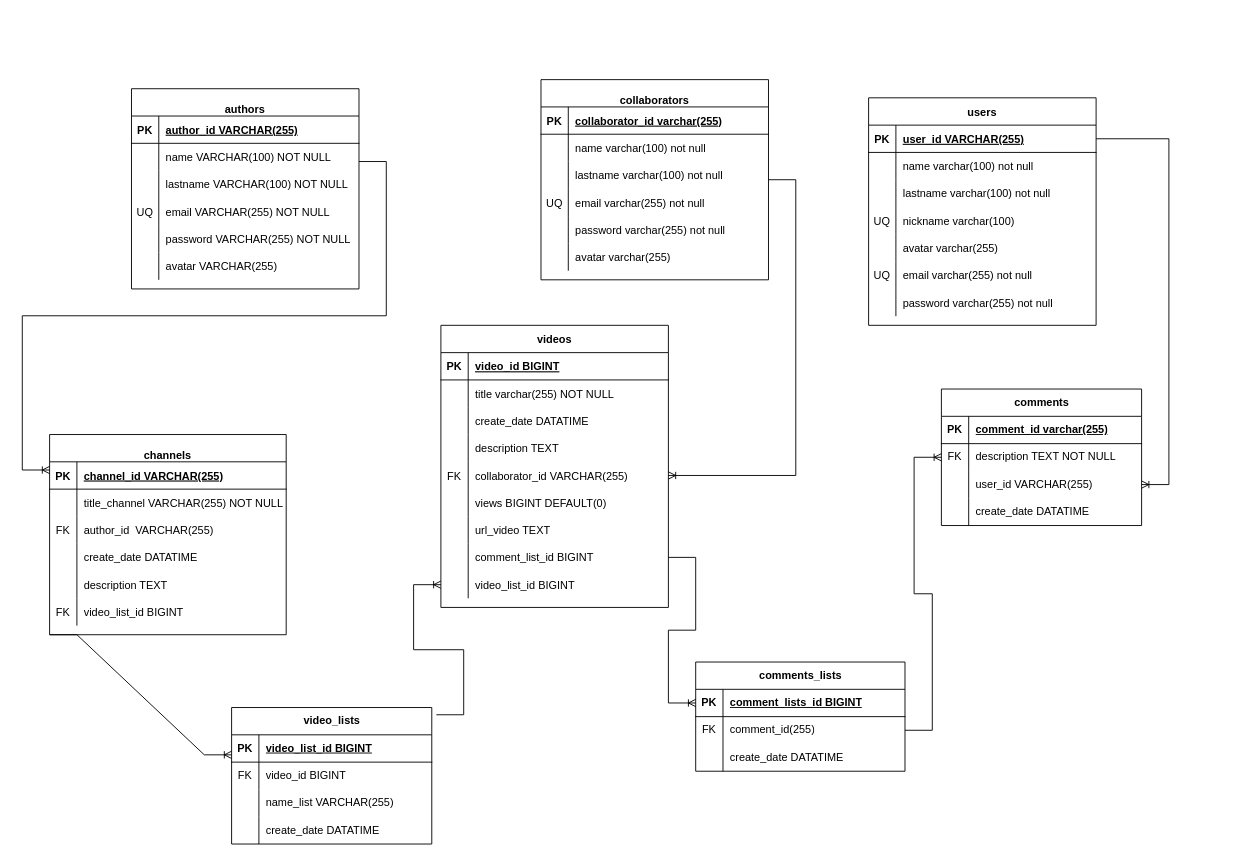
jeisonwverar/prueba-tecnica-bemaster keeps this draw.io diagram as 4-Modelado-bases-de-datos/E-R-DESIGN-SYSTEM-VIDEO.drawio. Above is the earlier version. Source tidied: cells renumbered, new cells numbered last; positions are measured from the earlier drawing's top-left corner, leaving out a move shared by most shapes. Both pictures are drawn from the tidied source at 91%, with x=0, y=0 at pixel (-450, 79).
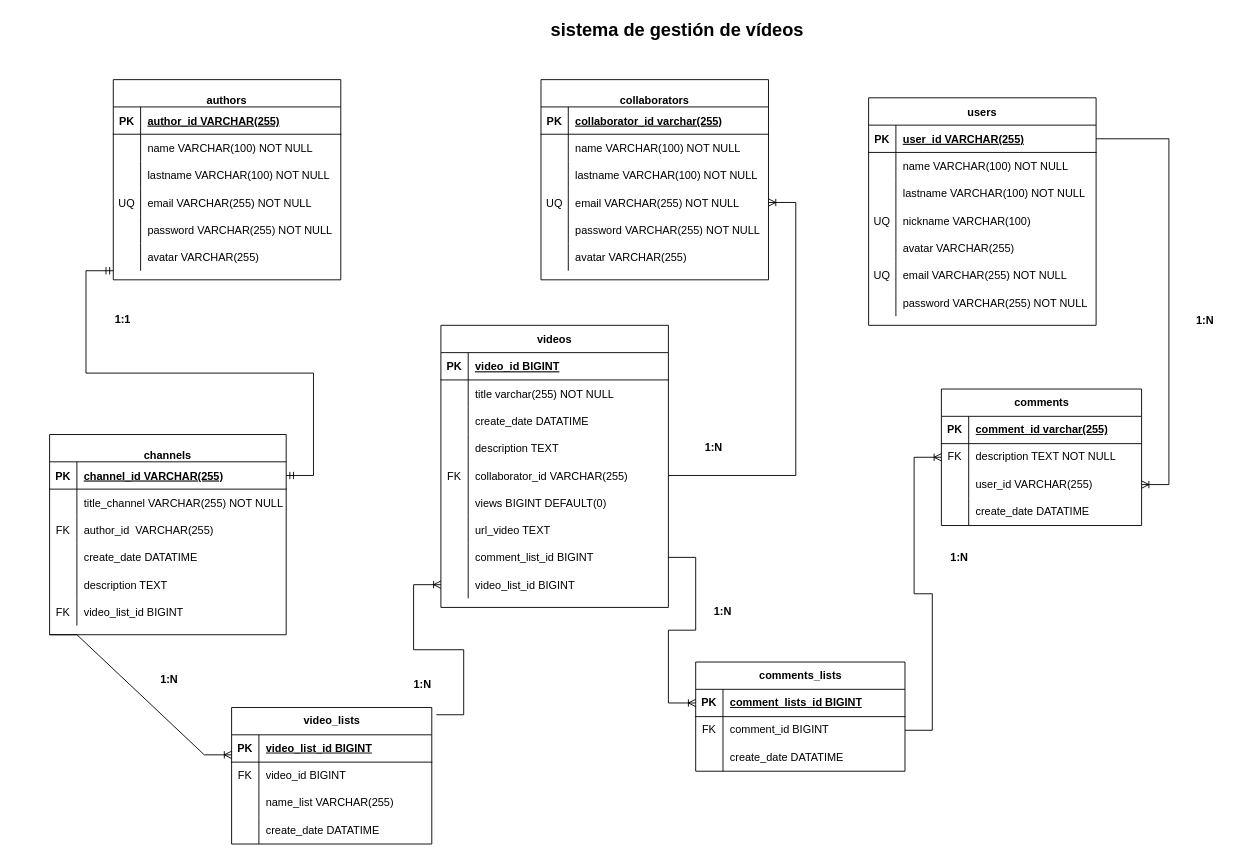
Above is the later version.

The change refers to these unchanged cells:
```xml
<mxCell id="6" style="shape=partialRectangle;fillColor=none;top=0;left=0;right=0;bottom=0;" parent="2" vertex="1">
  <mxGeometry y="60" width="250" height="30" as="geometry" />
</mxCell>
<mxCell id="9" style="shape=partialRectangle;fillColor=none;top=0;left=0;right=0;bottom=0;" parent="2" vertex="1">
  <mxGeometry y="90" width="250" height="30" as="geometry" />
</mxCell>
<mxCell id="12" style="shape=partialRectangle;fillColor=none;top=0;left=0;right=0;bottom=0;" parent="2" vertex="1">
  <mxGeometry y="120" width="250" height="30" as="geometry" />
</mxCell>
<mxCell id="15" style="shape=partialRectangle;fillColor=none;top=0;left=0;right=0;bottom=0;" parent="2" vertex="1">
  <mxGeometry y="150" width="250" height="30" as="geometry" />
</mxCell>
<mxCell id="18" style="shape=partialRectangle;fillColor=none;top=0;left=0;right=0;bottom=0;" parent="2" vertex="1">
  <mxGeometry y="180" width="250" height="30" as="geometry" />
</mxCell>
<mxCell id="21" style="shape=partialRectangle;fillColor=none;top=0;left=0;right=0;bottom=0;" parent="2" vertex="1">
  <mxGeometry y="210" width="250" height="30" as="geometry" />
</mxCell>
<mxCell id="43" value="&#10;collaborators" style="shape=table;startSize=30;childLayout=tableLayout;rowLines=0;fontStyle=1;align=center;" parent="1" vertex="1">
  <mxGeometry x="1089" width="250" height="220" as="geometry" />
</mxCell>
<mxCell id="47" style="shape=partialRectangle;fillColor=none;top=0;left=0;right=0;bottom=0;" parent="43" vertex="1">
  <mxGeometry y="60" width="250" height="30" as="geometry" />
</mxCell>
<mxCell id="50" style="shape=partialRectangle;fillColor=none;top=0;left=0;right=0;bottom=0;" parent="43" vertex="1">
  <mxGeometry y="90" width="250" height="30" as="geometry" />
</mxCell>
<mxCell id="53" style="shape=partialRectangle;fillColor=none;points=[[0,0.5],[1,0.5]];portConstraint=eastwest;top=0;left=0;right=0;bottom=0;" parent="43" vertex="1">
  <mxGeometry y="120" width="250" height="30" as="geometry" />
</mxCell>
<mxCell id="56" style="shape=partialRectangle;fillColor=none;top=0;left=0;right=0;bottom=0;" parent="43" vertex="1">
  <mxGeometry y="150" width="250" height="30" as="geometry" />
</mxCell>
<mxCell id="59" style="shape=partialRectangle;fillColor=none;top=0;left=0;right=0;bottom=0;" parent="43" vertex="1">
  <mxGeometry y="180" width="250" height="30" as="geometry" />
</mxCell>
<mxCell id="63" style="shape=partialRectangle;fillColor=none;points=[[0,0.5],[1,0.5]];portConstraint=eastwest;top=0;left=0;right=0;bottom=1;" parent="62" vertex="1">
  <mxGeometry y="30" width="260" height="30" as="geometry" />
</mxCell>
<mxCell id="94" style="shape=partialRectangle;fillColor=none;points=[[0,0.5],[1,0.5]];portConstraint=eastwest;top=0;left=0;right=0;bottom=0;" parent="81" vertex="1">
  <mxGeometry y="150" width="250" height="30" as="geometry" />
</mxCell>
<mxCell id="139" style="shape=tableRow;horizontal=0;startSize=0;swimlaneHead=0;swimlaneBody=0;fillColor=none;points=[[0,0.5],[1,0.5]];portConstraint=eastwest;top=0;left=0;right=0;bottom=0;" parent="135" vertex="1">
  <mxGeometry y="60" width="230" height="30" as="geometry" />
</mxCell>
```

The edit, as a diff of the source:
```diff
@@
-    <mxCell id="8" value="name varchar(100) not null" style="shape=partialRectangle;overflow=hidden;fillColor=none;top=0;left=0;bottom=0;right=0;align=left;spacingLeft=6;" parent="6" vertex="1">
+    <mxCell id="8" value="name VARCHAR(100) NOT NULL" style="shape=partialRectangle;overflow=hidden;fillColor=none;top=0;left=0;bottom=0;right=0;align=left;spacingLeft=6;" parent="6" vertex="1">
       <mxGeometry x="30" width="220" height="30" as="geometry" />
     </mxCell>
@@
-    <mxCell id="11" value="lastname varchar(100) not null" style="shape=partialRectangle;overflow=hidden;fillColor=none;top=0;left=0;bottom=0;right=0;align=left;spacingLeft=6;" parent="9" vertex="1">
+    <mxCell id="11" value="lastname VARCHAR(100) NOT NULL" style="shape=partialRectangle;overflow=hidden;fillColor=none;top=0;left=0;bottom=0;right=0;align=left;spacingLeft=6;" parent="9" vertex="1">
       <mxGeometry x="30" width="220" height="30" as="geometry" />
     </mxCell>
@@
-    <mxCell id="14" value="nickname varchar(100) " style="shape=partialRectangle;overflow=hidden;fillColor=none;top=0;left=0;bottom=0;right=0;align=left;spacingLeft=6;" parent="12" vertex="1">
+    <mxCell id="14" value="nickname VARCHAR(100) " style="shape=partialRectangle;overflow=hidden;fillColor=none;top=0;left=0;bottom=0;right=0;align=left;spacingLeft=6;" parent="12" vertex="1">
       <mxGeometry x="30" width="220" height="30" as="geometry" />
     </mxCell>
@@
-    <mxCell id="17" value="avatar varchar(255) " style="shape=partialRectangle;overflow=hidden;fillColor=none;top=0;left=0;bottom=0;right=0;align=left;spacingLeft=6;" parent="15" vertex="1">
+    <mxCell id="17" value="avatar VARCHAR(255) " style="shape=partialRectangle;overflow=hidden;fillColor=none;top=0;left=0;bottom=0;right=0;align=left;spacingLeft=6;" parent="15" vertex="1">
       <mxGeometry x="30" width="220" height="30" as="geometry" />
     </mxCell>
@@
-    <mxCell id="20" value="email varchar(255) not null" style="shape=partialRectangle;overflow=hidden;fillColor=none;top=0;left=0;bottom=0;right=0;align=left;spacingLeft=6;" parent="18" vertex="1">
+    <mxCell id="20" value="email VARCHAR(255) NOT NULL" style="shape=partialRectangle;overflow=hidden;fillColor=none;top=0;left=0;bottom=0;right=0;align=left;spacingLeft=6;" parent="18" vertex="1">
       <mxGeometry x="30" width="220" height="30" as="geometry" />
     </mxCell>
@@
-    <mxCell id="23" value="password varchar(255) not null" style="shape=partialRectangle;overflow=hidden;fillColor=none;top=0;left=0;bottom=0;right=0;align=left;spacingLeft=6;" parent="21" vertex="1">
+    <mxCell id="23" value="password VARCHAR(255) NOT NULL" style="shape=partialRectangle;overflow=hidden;fillColor=none;top=0;left=0;bottom=0;right=0;align=left;spacingLeft=6;" parent="21" vertex="1">
       <mxGeometry x="30" width="220" height="30" as="geometry" />
     </mxCell>
     <mxCell id="24" value="&#10;authors" style="shape=table;startSize=30;childLayout=tableLayout;rowLines=0;fontStyle=1;align=center;" parent="1" vertex="1">
-      <mxGeometry x="639" y="10" width="250" height="220" as="geometry" />
+      <mxGeometry x="619" width="250" height="220" as="geometry" />
     </mxCell>
@@
-    <mxCell id="49" value="name varchar(100) not null" style="shape=partialRectangle;overflow=hidden;fillColor=none;top=0;left=0;bottom=0;right=0;align=left;spacingLeft=6;" parent="47" vertex="1">
+    <mxCell id="49" value="name VARCHAR(100) NOT NULL" style="shape=partialRectangle;overflow=hidden;fillColor=none;top=0;left=0;bottom=0;right=0;align=left;spacingLeft=6;" parent="47" vertex="1">
       <mxGeometry x="30" width="220" height="30" as="geometry" />
     </mxCell>
@@
-    <mxCell id="52" value="lastname varchar(100) not null" style="shape=partialRectangle;overflow=hidden;fillColor=none;top=0;left=0;bottom=0;right=0;align=left;spacingLeft=6;" parent="50" vertex="1">
+    <mxCell id="52" value="lastname VARCHAR(100) NOT NULL" style="shape=partialRectangle;overflow=hidden;fillColor=none;top=0;left=0;bottom=0;right=0;align=left;spacingLeft=6;" parent="50" vertex="1">
       <mxGeometry x="30" width="220" height="30" as="geometry" />
     </mxCell>
@@
-    <mxCell id="55" value="email varchar(255) not null" style="shape=partialRectangle;overflow=hidden;fillColor=none;top=0;left=0;bottom=0;right=0;align=left;spacingLeft=6;" parent="53" vertex="1">
+    <mxCell id="55" value="email VARCHAR(255) NOT NULL" style="shape=partialRectangle;overflow=hidden;fillColor=none;top=0;left=0;bottom=0;right=0;align=left;spacingLeft=6;" parent="53" vertex="1">
       <mxGeometry x="30" width="220" height="30" as="geometry" />
     </mxCell>
@@
-    <mxCell id="58" value="password varchar(255) not null" style="shape=partialRectangle;overflow=hidden;fillColor=none;top=0;left=0;bottom=0;right=0;align=left;spacingLeft=6;" parent="56" vertex="1">
+    <mxCell id="58" value="password VARCHAR(255) NOT NULL" style="shape=partialRectangle;overflow=hidden;fillColor=none;top=0;left=0;bottom=0;right=0;align=left;spacingLeft=6;" parent="56" vertex="1">
       <mxGeometry x="30" width="220" height="30" as="geometry" />
     </mxCell>
@@
-    <mxCell id="61" value="avatar varchar(255) " style="shape=partialRectangle;overflow=hidden;fillColor=none;top=0;left=0;bottom=0;right=0;align=left;spacingLeft=6;" parent="59" vertex="1">
+    <mxCell id="61" value="avatar VARCHAR(255) " style="shape=partialRectangle;overflow=hidden;fillColor=none;top=0;left=0;bottom=0;right=0;align=left;spacingLeft=6;" parent="59" vertex="1">
       <mxGeometry x="30" width="220" height="30" as="geometry" />
     </mxCell>
@@
-    <mxCell id="141" value="comment_id(255)" style="shape=partialRectangle;fillColor=none;top=0;left=0;bottom=0;right=0;align=left;spacingLeft=6;overflow=hidden;whiteSpace=wrap;html=1;" parent="139" vertex="1">
+    <mxCell id="141" value="comment_id BIGINT" style="shape=partialRectangle;fillColor=none;top=0;left=0;bottom=0;right=0;align=left;spacingLeft=6;overflow=hidden;whiteSpace=wrap;html=1;" parent="139" vertex="1">
       <mxGeometry x="30" width="200" height="30" as="geometry" />
     </mxCell>
@@
-    <mxCell id="145" style="edgeStyle=entityRelationEdgeStyle;fontSize=12;html=1;endArrow=ERoneToMany;rounded=0;exitX=1;exitY=0.5;exitDx=0;exitDy=0;entryX=1.012;entryY=0.8;entryDx=0;entryDy=0;entryPerimeter=0;" parent="1" edge="1">
-      <mxGeometry relative="1" as="geometry">
-        <mxPoint x="889" y="90" as="sourcePoint" />
-        <mxPoint x="549" y="429" as="targetPoint" />
-        <Array as="points">
-          <mxPoint x="555.9" y="265" />
-        </Array>
-      </mxGeometry>
-    </mxCell>
-    <mxCell id="146" style="edgeStyle=entityRelationEdgeStyle;fontSize=12;html=1;endArrow=ERoneToMany;rounded=0;entryX=1;entryY=0.5;entryDx=0;entryDy=0;" parent="1" edge="1" source="43" target="94">
+    <mxCell id="146" style="edgeStyle=entityRelationEdgeStyle;fontSize=12;html=1;endArrow=ERoneToMany;rounded=0;exitX=1;exitY=0.5;exitDx=0;exitDy=0;" parent="1" edge="1" source="94" target="53">
       <mxGeometry relative="1" as="geometry">
         <Array as="points">
           <mxPoint x="959" y="100" />
+          <mxPoint x="1369" y="260" />
           <mxPoint x="1309" y="190" />
           <mxPoint x="969" y="100" />
           <mxPoint x="1349" y="280" />
           <mxPoint x="939" y="90" />
           <mxPoint x="959" y="160" />
           <mxPoint x="959" y="240" />
         </Array>
       </mxGeometry>
     </mxCell>
@@
+    <mxCell id="152" value="&lt;font style=&quot;font-size: 20px;&quot;&gt;&lt;b&gt;sistema de gestión de vídeos &lt;/b&gt;&lt;/font&gt;" style="text;html=1;strokeColor=none;fillColor=none;align=center;verticalAlign=middle;whiteSpace=wrap;rounded=0;" parent="1" vertex="1">
+      <mxGeometry x="1049" y="-70" width="380" height="30" as="geometry" />
+    </mxCell>
+    <mxCell id="153" value="&lt;b&gt;1:N&lt;/b&gt;" style="text;html=1;strokeColor=none;fillColor=none;align=center;verticalAlign=middle;whiteSpace=wrap;rounded=0;" parent="1" vertex="1">
+      <mxGeometry x="1249" y="570" width="80" height="30" as="geometry" />
+    </mxCell>
+    <mxCell id="154" value="&lt;b&gt;1:N&lt;/b&gt;" style="text;html=1;strokeColor=none;fillColor=none;align=center;verticalAlign=middle;whiteSpace=wrap;rounded=0;" parent="1" vertex="1">
+      <mxGeometry x="1509" y="510" width="80" height="30" as="geometry" />
+    </mxCell>
+    <mxCell id="155" value="&lt;b&gt;1:N&lt;/b&gt;" style="text;html=1;strokeColor=none;fillColor=none;align=center;verticalAlign=middle;whiteSpace=wrap;rounded=0;" parent="1" vertex="1">
+      <mxGeometry x="1779" y="250" width="80" height="30" as="geometry" />
+    </mxCell>
+    <mxCell id="156" value="&lt;b&gt;1:N&lt;/b&gt;" style="text;html=1;strokeColor=none;fillColor=none;align=center;verticalAlign=middle;whiteSpace=wrap;rounded=0;" parent="1" vertex="1">
+      <mxGeometry x="919" y="650" width="80" height="30" as="geometry" />
+    </mxCell>
+    <mxCell id="157" value="&lt;b style=&quot;border-color: var(--border-color); color: rgb(0, 0, 0); font-family: Helvetica; font-size: 12px; font-style: normal; font-variant-ligatures: normal; font-variant-caps: normal; letter-spacing: normal; orphans: 2; text-align: center; text-indent: 0px; text-transform: none; widows: 2; word-spacing: 0px; -webkit-text-stroke-width: 0px; background-color: rgb(251, 251, 251); text-decoration-thickness: initial; text-decoration-style: initial; text-decoration-color: initial;&quot;&gt;1:N&lt;/b&gt;" style="text;whiteSpace=wrap;html=1;" parent="1" vertex="1">
+      <mxGeometry x="669" y="645" width="50" height="40" as="geometry" />
+    </mxCell>
+    <mxCell id="158" value="&lt;b&gt;1:N&lt;/b&gt;" style="text;html=1;strokeColor=none;fillColor=none;align=center;verticalAlign=middle;whiteSpace=wrap;rounded=0;" parent="1" vertex="1">
+      <mxGeometry x="1239" y="390" width="80" height="30" as="geometry" />
+    </mxCell>
+    <mxCell id="159" value="&lt;b style=&quot;border-color: var(--border-color); color: rgb(0, 0, 0); font-family: Helvetica; font-size: 12px; font-style: normal; font-variant-ligatures: normal; font-variant-caps: normal; letter-spacing: normal; orphans: 2; text-indent: 0px; text-transform: none; widows: 2; word-spacing: 0px; -webkit-text-stroke-width: 0px; text-decoration-thickness: initial; text-decoration-style: initial; text-decoration-color: initial; text-align: center; background-color: rgb(251, 251, 251);&quot;&gt;1:1&lt;/b&gt;" style="text;whiteSpace=wrap;html=1;" parent="1" vertex="1">
+      <mxGeometry x="619" y="250" width="50" height="40" as="geometry" />
+    </mxCell>
+    <mxCell id="160" style="edgeStyle=entityRelationEdgeStyle;fontSize=12;html=1;endArrow=ERmandOne;startArrow=ERmandOne;rounded=0;exitX=1;exitY=0.5;exitDx=0;exitDy=0;" parent="1" edge="1" source="63">
+      <mxGeometry relative="1" as="geometry">
+        <mxPoint x="619" y="210" as="targetPoint" />
+      </mxGeometry>
+    </mxCell>
```
